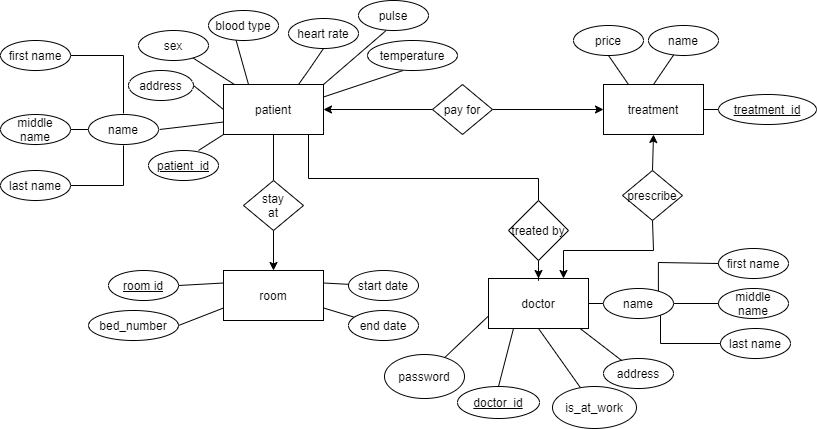
Earlier version of the draw.io export Project images and graphs/647_v3.png (Karenw1004/hm647). Source tidied: cells renumbered, new cells last; positions are measured from the earlier drawing's top-left corner, leaving out a move shared by most shapes.
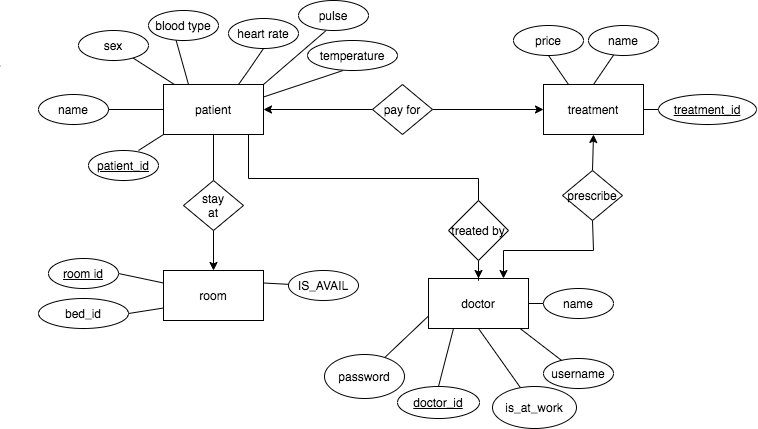
The same file after the commit.

Diff of the diagram source:
```diff
@@ -5,11 +5,6 @@
     <mxCell id="2" style="edgeStyle=none;rounded=0;jettySize=auto;html=1;endArrow=none;endFill=0;" parent="1" edge="1" source="8" target="10">
       <mxGeometry relative="1" as="geometry" />
     </mxCell>
-    <mxCell id="3" style="edgeStyle=none;rounded=0;jettySize=auto;html=1;exitX=0;exitY=0.75;exitDx=0;exitDy=0;entryX=1;entryY=0.5;entryDx=0;entryDy=0;startArrow=none;startFill=0;endArrow=none;endFill=0;" parent="1" edge="1" source="8">
-      <mxGeometry relative="1" as="geometry">
-        <mxPoint x="159" y="129" as="targetPoint" />
-      </mxGeometry>
-    </mxCell>
     <mxCell id="4" style="edgeStyle=none;rounded=0;jettySize=auto;html=1;exitX=0;exitY=1;exitDx=0;exitDy=0;entryX=0.714;entryY=0;entryDx=0;entryDy=0;entryPerimeter=0;startArrow=none;startFill=0;endArrow=none;endFill=0;" parent="1" edge="1" source="8" target="9">
       <mxGeometry relative="1" as="geometry" />
     </mxCell>
@@ -43,33 +38,12 @@
     <mxCell id="12" value="blood type" style="ellipse;whiteSpace=wrap;html=1;" parent="1" vertex="1">
       <mxGeometry x="208" y="10" width="70" height="30" as="geometry" />
     </mxCell>
-    <mxCell id="13" style="edgeStyle=orthogonalEdgeStyle;rounded=0;jettySize=auto;html=1;exitX=1;exitY=0.5;exitDx=0;exitDy=0;entryX=0.5;entryY=1;entryDx=0;entryDy=0;startArrow=none;startFill=0;endArrow=none;endFill=0;" parent="1" edge="1" source="14">
-      <mxGeometry relative="1" as="geometry">
-        <mxPoint x="123" y="145" as="targetPoint" />
-      </mxGeometry>
-    </mxCell>
-    <mxCell id="14" value="last name" style="ellipse;whiteSpace=wrap;html=1;" parent="1" vertex="1">
-      <mxGeometry y="170" width="70" height="30" as="geometry" />
-    </mxCell>
-    <mxCell id="15" style="edgeStyle=orthogonalEdgeStyle;rounded=0;jettySize=auto;html=1;exitX=1;exitY=0.5;exitDx=0;exitDy=0;startArrow=none;startFill=0;endArrow=none;endFill=0;" parent="1" edge="1" source="16">
-      <mxGeometry relative="1" as="geometry">
-        <mxPoint x="123" y="113" as="targetPoint" />
-      </mxGeometry>
-    </mxCell>
-    <mxCell id="16" value="first&amp;nbsp;name" style="ellipse;whiteSpace=wrap;html=1;" parent="1" vertex="1">
-      <mxGeometry y="40" width="70" height="30" as="geometry" />
-    </mxCell>
-    <mxCell id="17" style="edgeStyle=none;rounded=0;orthogonalLoop=1;jettySize=auto;html=1;exitX=1;exitY=1;exitDx=0;exitDy=0;startArrow=none;startFill=0;endArrow=none;endFill=0;" parent="1" edge="1" source="16" target="16">
-      <mxGeometry relative="1" as="geometry" />
+    <mxCell id="17" style="edgeStyle=none;rounded=0;orthogonalLoop=1;jettySize=auto;html=1;exitX=1;exitY=1;exitDx=0;exitDy=0;startArrow=none;startFill=0;endArrow=none;endFill=0;" parent="1" edge="1">
+      <mxGeometry relative="1" as="geometry">
+        <mxPoint x="59.7" y="65.6" as="sourcePoint" />
+        <mxPoint x="60.1" y="65.5" as="targetPoint" />
+      </mxGeometry>
     </mxCell>
-    <mxCell id="18" style="edgeStyle=orthogonalEdgeStyle;rounded=0;jettySize=auto;html=1;exitX=1;exitY=0.5;exitDx=0;exitDy=0;entryX=0;entryY=0.5;entryDx=0;entryDy=0;endArrow=none;endFill=0;" parent="1" edge="1" source="19">
-      <mxGeometry relative="1" as="geometry">
-        <mxPoint x="88" y="129" as="targetPoint" />
-      </mxGeometry>
-    </mxCell>
-    <mxCell id="19" value="middle name" style="ellipse;whiteSpace=wrap;html=1;" parent="1" vertex="1">
-      <mxGeometry y="114" width="70" height="30" as="geometry" />
-    </mxCell>
     <mxCell id="20" style="edgeStyle=none;rounded=0;jettySize=auto;html=1;entryX=0.5;entryY=0;entryDx=0;entryDy=0;startArrow=none;startFill=0;endArrow=none;endFill=0;exitX=0.25;exitY=1;exitDx=0;exitDy=0;" parent="1" edge="1" source="22" target="23">
       <mxGeometry relative="1" as="geometry" />
     </mxCell>
@@ -93,18 +67,6 @@
     <mxCell id="25" style="edgeStyle=none;rounded=0;jettySize=auto;html=1;endArrow=none;endFill=0;exitX=0.5;exitY=1;exitDx=0;exitDy=0;" parent="1" edge="1" source="22" target="61">
       <mxGeometry relative="1" as="geometry" />
     </mxCell>
-    <mxCell id="26" style="edgeStyle=none;rounded=0;jettySize=auto;html=1;startArrow=none;startFill=0;endArrow=none;endFill=0;entryX=1;entryY=0.5;entryDx=0;entryDy=0;" parent="1" edge="1" source="27" target="60">
-      <mxGeometry relative="1" as="geometry" />
-    </mxCell>
-    <mxCell id="27" value="middle name" style="ellipse;whiteSpace=wrap;html=1;" parent="1" vertex="1">
-      <mxGeometry x="718" y="288" width="70" height="30" as="geometry" />
-    </mxCell>
-    <mxCell id="28" value="last name" style="ellipse;whiteSpace=wrap;html=1;" parent="1" vertex="1">
-      <mxGeometry x="720" y="328" width="70" height="30" as="geometry" />
-    </mxCell>
-    <mxCell id="29" value="first name" style="ellipse;whiteSpace=wrap;html=1;" parent="1" vertex="1">
-      <mxGeometry x="718" y="248" width="70" height="30" as="geometry" />
-    </mxCell>
     <mxCell id="30" style="edgeStyle=none;rounded=0;jettySize=auto;html=1;exitX=0;exitY=0.75;exitDx=0;exitDy=0;startArrow=none;startFill=0;endArrow=none;endFill=0;" parent="1" edge="1" source="22" target="31">
       <mxGeometry relative="1" as="geometry" />
     </mxCell>
@@ -114,9 +76,6 @@
     <mxCell id="32" style="edgeStyle=none;rounded=0;jettySize=auto;html=1;exitX=1;exitY=0.25;exitDx=0;exitDy=0;startArrow=none;startFill=0;endArrow=none;endFill=0;" parent="1" edge="1" source="34" target="41">
       <mxGeometry relative="1" as="geometry" />
     </mxCell>
-    <mxCell id="33" style="edgeStyle=none;rounded=0;jettySize=auto;html=1;exitX=1;exitY=0.75;exitDx=0;exitDy=0;startArrow=none;startFill=0;endArrow=none;endFill=0;" parent="1" edge="1" source="34" target="42">
-      <mxGeometry relative="1" as="geometry" />
-    </mxCell>
     <mxCell id="34" value="room" style="rounded=0;whiteSpace=wrap;html=1;" parent="1" vertex="1">
       <mxGeometry x="223" y="270" width="100" height="50" as="geometry" />
     </mxCell>
@@ -130,20 +89,17 @@
       <mxGeometry relative="1" as="geometry" />
     </mxCell>
     <mxCell id="38" value="&lt;u&gt;room id&lt;/u&gt;" style="ellipse;whiteSpace=wrap;html=1;" parent="1" vertex="1">
-      <mxGeometry x="108" y="270" width="70" height="30" as="geometry" />
+      <mxGeometry x="108" y="258" width="70" height="30" as="geometry" />
     </mxCell>
     <mxCell id="39" style="edgeStyle=none;rounded=0;jettySize=auto;html=1;exitX=1;exitY=0.5;exitDx=0;exitDy=0;entryX=0;entryY=0.75;entryDx=0;entryDy=0;startArrow=none;startFill=0;endArrow=none;endFill=0;" parent="1" edge="1" source="40" target="34">
       <mxGeometry relative="1" as="geometry" />
     </mxCell>
-    <mxCell id="40" value="bed_number" style="ellipse;whiteSpace=wrap;html=1;" parent="1" vertex="1">
-      <mxGeometry x="88" y="310" width="90" height="30" as="geometry" />
+    <mxCell id="40" value="bed_id" style="ellipse;whiteSpace=wrap;html=1;" parent="1" vertex="1">
+      <mxGeometry x="98" y="298" width="90" height="30" as="geometry" />
     </mxCell>
-    <mxCell id="41" value="start date" style="ellipse;whiteSpace=wrap;html=1;direction=west;" parent="1" vertex="1">
+    <mxCell id="41" value="IS_AVAIL" style="ellipse;whiteSpace=wrap;html=1;direction=west;" parent="1" vertex="1">
       <mxGeometry x="348" y="270" width="70" height="30" as="geometry" />
     </mxCell>
-    <mxCell id="42" value="end date" style="ellipse;whiteSpace=wrap;html=1;" parent="1" vertex="1">
-      <mxGeometry x="348" y="310" width="70" height="30" as="geometry" />
-    </mxCell>
     <mxCell id="43" style="edgeStyle=none;rounded=0;jettySize=auto;html=1;exitX=0.5;exitY=1;exitDx=0;exitDy=0;entryX=0.5;entryY=0;entryDx=0;entryDy=0;startArrow=classic;startFill=1;endArrow=none;endFill=0;" parent="1" edge="1" source="46" target="49">
       <mxGeometry relative="1" as="geometry" />
     </mxCell>
@@ -183,37 +139,18 @@
     <mxCell id="55" value="treated by" style="rhombus;whiteSpace=wrap;html=1;" parent="1" vertex="1">
       <mxGeometry x="508" y="200" width="60" height="60" as="geometry" />
     </mxCell>
-    <mxCell id="56" style="edgeStyle=orthogonalEdgeStyle;rounded=0;jettySize=auto;html=1;entryX=0;entryY=0.5;entryDx=0;entryDy=0;endArrow=none;endFill=0;exitX=0.784;exitY=0.083;exitDx=0;exitDy=0;exitPerimeter=0;" parent="1" edge="1" source="60" target="29">
-      <mxGeometry relative="1" as="geometry">
-        <Array as="points">
-          <mxPoint x="658" y="262" />
-          <mxPoint x="718" y="262" />
-        </Array>
-      </mxGeometry>
-    </mxCell>
-    <mxCell id="57" style="edgeStyle=orthogonalEdgeStyle;rounded=0;jettySize=auto;html=1;exitX=1;exitY=1;exitDx=0;exitDy=0;entryX=0;entryY=0.5;entryDx=0;entryDy=0;endArrow=none;endFill=0;" parent="1" edge="1" source="60" target="28">
-      <mxGeometry relative="1" as="geometry">
-        <Array as="points">
-          <mxPoint x="660" y="314" />
-          <mxPoint x="660" y="343" />
-        </Array>
-      </mxGeometry>
-    </mxCell>
+    <mxCell id="73" style="edgeStyle=orthogonalEdgeStyle;rounded=0;jettySize=auto;html=1;exitX=1;exitY=0.5;exitDx=0;exitDy=0;entryX=0;entryY=0.5;entryDx=0;entryDy=0;endArrow=none;endFill=0;" parent="1" edge="1" source="58" target="8">
+      <mxGeometry relative="1" as="geometry" />
+    </mxCell>
     <mxCell id="58" value="name" style="ellipse;whiteSpace=wrap;html=1;" parent="1" vertex="1">
-      <mxGeometry x="88" y="114" width="70" height="30" as="geometry" />
+      <mxGeometry x="98" y="94" width="70" height="30" as="geometry" />
     </mxCell>
-    <mxCell id="59" style="rounded=0;jettySize=auto;html=1;exitX=1;exitY=0.5;exitDx=0;exitDy=0;entryX=0;entryY=0.5;entryDx=0;entryDy=0;startArrow=none;startFill=0;endArrow=none;endFill=0;" parent="1" edge="1" source="62" target="8">
-      <mxGeometry relative="1" as="geometry" />
-    </mxCell>
     <mxCell id="60" value="name" style="ellipse;whiteSpace=wrap;html=1;" parent="1" vertex="1">
       <mxGeometry x="603" y="288" width="70" height="30" as="geometry" />
     </mxCell>
     <mxCell id="61" value="is_at_work" style="ellipse;whiteSpace=wrap;html=1;" parent="1" vertex="1">
       <mxGeometry x="552" y="386" width="84" height="42" as="geometry" />
     </mxCell>
-    <mxCell id="62" value="address" style="ellipse;whiteSpace=wrap;html=1;" parent="1" vertex="1">
-      <mxGeometry x="128" y="70" width="65" height="30" as="geometry" />
-    </mxCell>
     <mxCell id="63" style="edgeStyle=none;rounded=0;jettySize=auto;html=1;exitX=0.395;exitY=1;exitDx=0;exitDy=0;startArrow=none;startFill=0;endArrow=none;endFill=0;exitPerimeter=0;entryX=1;entryY=0.25;entryDx=0;entryDy=0;" parent="1" edge="1" source="64" target="8">
       <mxGeometry relative="1" as="geometry" />
     </mxCell>
@@ -242,7 +179,7 @@
     <mxCell id="70" style="edgeStyle=orthogonalEdgeStyle;rounded=0;orthogonalLoop=1;jettySize=auto;html=1;exitX=0.5;exitY=1;exitDx=0;exitDy=0;" parent="1" edge="1" source="23" target="23">
       <mxGeometry relative="1" as="geometry" />
     </mxCell>
-    <mxCell id="71" value="address" style="ellipse;whiteSpace=wrap;html=1;" parent="1" vertex="1">
+    <mxCell id="71" value="username" style="ellipse;whiteSpace=wrap;html=1;" parent="1" vertex="1">
       <mxGeometry x="603" y="358" width="70" height="30" as="geometry" />
     </mxCell>
     <mxCell id="72" style="edgeStyle=none;rounded=0;jettySize=auto;html=1;exitX=0.924;exitY=1.012;exitDx=0;exitDy=0;startArrow=none;startFill=0;endArrow=none;endFill=0;exitPerimeter=0;" parent="1" edge="1" source="22" target="71">
```
